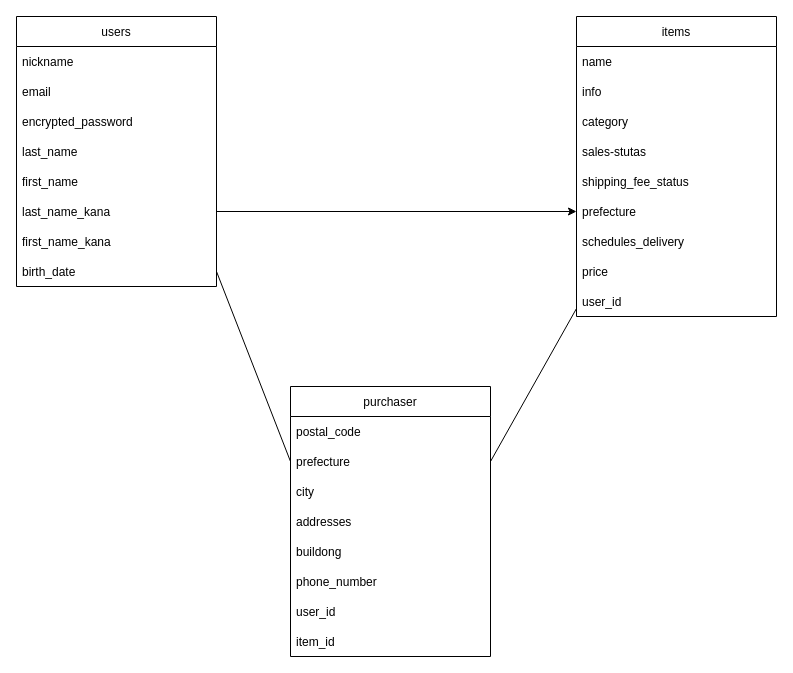
Above: furima.dio in Kazuki10peace/furima-37023 (draw.io), before the change. Source tidied: cells renumbered, new cells numbered last; positions are measured from the earlier drawing's top-left corner, leaving out a move shared by most shapes. Both pictures are drawn from the tidied source at 100%, with x=0, y=0 at pixel (16, 16).
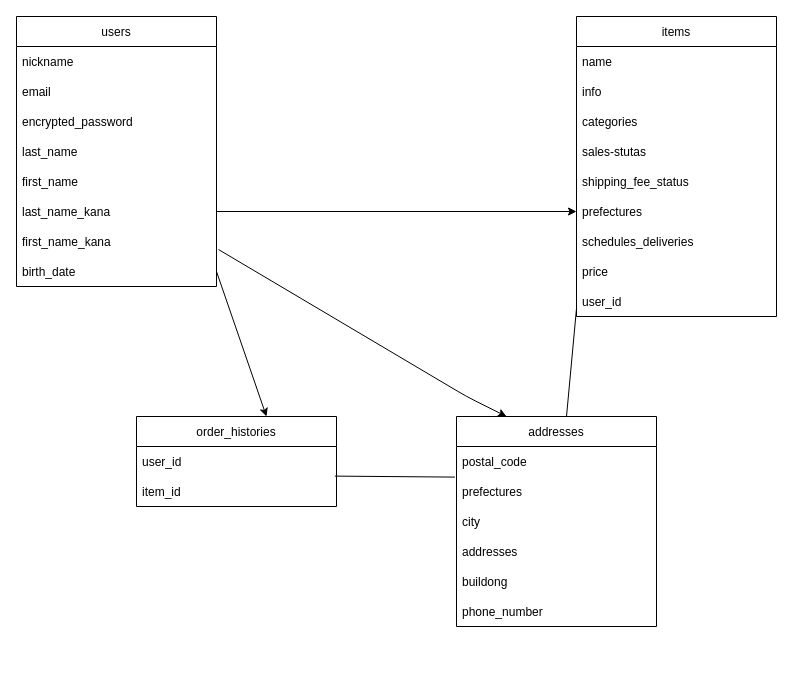
Above is the later version.

Commit message (it also covers changes not shown here):
ER図作成とREADME記述(２回目)

The change refers to these unchanged cells:
```xml
<mxCell id="9" value="first_name_kana" style="text;strokeColor=none;fillColor=none;align=left;verticalAlign=middle;spacingLeft=4;spacingRight=4;overflow=hidden;points=[[0,0.5],[1,0.5]];portConstraint=eastwest;" parent="2" vertex="1">
  <mxGeometry y="210" width="200" height="30" as="geometry" />
</mxCell>
<mxCell id="10" value="birth_date" style="text;strokeColor=none;fillColor=none;align=left;verticalAlign=middle;spacingLeft=4;spacingRight=4;overflow=hidden;points=[[0,0.5],[1,0.5]];portConstraint=eastwest;" parent="2" vertex="1">
  <mxGeometry y="240" width="200" height="30" as="geometry" />
</mxCell>
<mxCell id="11" value="items" style="swimlane;fontStyle=0;horizontal=1;startSize=30;" parent="1" vertex="1">
  <mxGeometry x="560" width="200" height="300" as="geometry" />
</mxCell>
<mxCell id="20" value="user_id" style="text;strokeColor=none;fillColor=none;align=left;verticalAlign=middle;spacingLeft=4;spacingRight=4;overflow=hidden;points=[[0,0.5],[1,0.5]];portConstraint=eastwest;" parent="11" vertex="1">
  <mxGeometry y="270" width="200" height="30" as="geometry" />
</mxCell>
<mxCell id="23" value="postal_code" style="text;strokeColor=none;fillColor=none;align=left;verticalAlign=middle;spacingLeft=4;spacingRight=4;overflow=hidden;points=[[0,0.5],[1,0.5]];portConstraint=eastwest;" parent="22" vertex="1">
  <mxGeometry y="30" width="200" height="30" as="geometry" />
</mxCell>
```

Diff of the diagram source:
```diff
@@
-    <mxCell id="14" value="category" style="text;strokeColor=none;fillColor=none;align=left;verticalAlign=middle;spacingLeft=4;spacingRight=4;overflow=hidden;" parent="11" vertex="1">
+    <mxCell id="14" value="categories" style="text;strokeColor=none;fillColor=none;align=left;verticalAlign=middle;spacingLeft=4;spacingRight=4;overflow=hidden;" parent="11" vertex="1">
       <mxGeometry y="90" width="200" height="30" as="geometry" />
     </mxCell>
@@
-    <mxCell id="17" value="prefecture" style="text;strokeColor=none;fillColor=none;align=left;verticalAlign=middle;spacingLeft=4;spacingRight=4;overflow=hidden;points=[[0,0.5],[1,0.5]];portConstraint=eastwest;" parent="11" vertex="1">
+    <mxCell id="17" value="prefectures" style="text;strokeColor=none;fillColor=none;align=left;verticalAlign=middle;spacingLeft=4;spacingRight=4;overflow=hidden;points=[[0,0.5],[1,0.5]];portConstraint=eastwest;" parent="11" vertex="1">
       <mxGeometry y="180" width="200" height="30" as="geometry" />
     </mxCell>
-    <mxCell id="18" value="schedules_delivery" style="text;strokeColor=none;fillColor=none;align=left;verticalAlign=middle;spacingLeft=4;spacingRight=4;overflow=hidden;" parent="11" vertex="1">
+    <mxCell id="18" value="schedules_deliveries" style="text;strokeColor=none;fillColor=none;align=left;verticalAlign=middle;spacingLeft=4;spacingRight=4;overflow=hidden;" parent="11" vertex="1">
       <mxGeometry y="210" width="200" height="30" as="geometry" />
     </mxCell>
@@
-    <mxCell id="22" value="purchaser" style="swimlane;fontStyle=0;horizontal=1;startSize=30;" parent="1" vertex="1">
-      <mxGeometry x="274" y="370" width="200" height="270" as="geometry" />
+    <mxCell id="22" value="addresses" style="swimlane;fontStyle=0;horizontal=1;startSize=30;" parent="1" vertex="1">
+      <mxGeometry x="440" y="400" width="200" height="210" as="geometry" />
     </mxCell>
@@
-    <mxCell id="24" value="prefecture" style="text;strokeColor=none;fillColor=none;align=left;verticalAlign=middle;spacingLeft=4;spacingRight=4;overflow=hidden;points=[[0,0.5],[1,0.5]];portConstraint=eastwest;" parent="22" vertex="1">
+    <mxCell id="24" value="prefectures" style="text;strokeColor=none;fillColor=none;align=left;verticalAlign=middle;spacingLeft=4;spacingRight=4;overflow=hidden;points=[[0,0.5],[1,0.5]];portConstraint=eastwest;" parent="22" vertex="1">
       <mxGeometry y="60" width="200" height="30" as="geometry" />
     </mxCell>
@@
+    <mxCell id="31" style="endArrow=none;html=1;entryX=0;entryY=0.733;entryDx=0;entryDy=0;entryPerimeter=0;exitX=0.55;exitY=0;exitDx=0;exitDy=0;exitPerimeter=0;" parent="1" edge="1" source="22" target="20">
+      <mxGeometry relative="1" as="geometry" />
+    </mxCell>
+    <mxCell id="33" style="edgeStyle=none;html=1;exitX=1.01;exitY=0.767;exitDx=0;exitDy=0;entryX=0.25;entryY=0;entryDx=0;entryDy=0;exitPerimeter=0;" parent="1" edge="1" source="9" target="22">
+      <mxGeometry relative="1" as="geometry">
+        <Array as="points">
+          <mxPoint x="450" y="380" />
+        </Array>
+      </mxGeometry>
+    </mxCell>
+    <mxCell id="34" value="order_histories" style="swimlane;fontStyle=0;horizontal=1;startSize=30;" parent="1" vertex="1">
+      <mxGeometry x="120" y="400" width="200" height="90" as="geometry" />
+    </mxCell>
-    <mxCell id="29" value="user_id" style="text;strokeColor=none;fillColor=none;align=left;verticalAlign=middle;spacingLeft=4;spacingRight=4;overflow=hidden;" parent="22" vertex="1">
-      <mxGeometry y="210" width="200" height="30" as="geometry" />
+    <mxCell id="29" value="user_id" style="text;strokeColor=none;fillColor=none;align=left;verticalAlign=middle;spacingLeft=4;spacingRight=4;overflow=hidden;" parent="34" vertex="1">
+      <mxGeometry y="30" width="200" height="30" as="geometry" />
     </mxCell>
-    <mxCell id="30" value="item_id" style="text;strokeColor=none;fillColor=none;align=left;verticalAlign=middle;spacingLeft=4;spacingRight=4;overflow=hidden;points=[[0,0.5],[1,0.5]];portConstraint=eastwest;" parent="22" vertex="1">
-      <mxGeometry y="240" width="200" height="30" as="geometry" />
+    <mxCell id="30" value="item_id" style="text;strokeColor=none;fillColor=none;align=left;verticalAlign=middle;spacingLeft=4;spacingRight=4;overflow=hidden;points=[[0,0.5],[1,0.5]];portConstraint=eastwest;" parent="34" vertex="1">
+      <mxGeometry y="60" width="200" height="30" as="geometry" />
     </mxCell>
-    <mxCell id="31" style="endArrow=none;html=1;entryX=0;entryY=0.733;entryDx=0;entryDy=0;entryPerimeter=0;exitX=1;exitY=0.5;exitDx=0;exitDy=0;" parent="1" edge="1" source="24" target="20">
-      <mxGeometry relative="1" as="geometry" />
-    </mxCell>
-    <mxCell id="32" style="endArrow=none;html=1;entryX=1;entryY=0.5;entryDx=0;entryDy=0;exitX=0;exitY=0.5;exitDx=0;exitDy=0;" parent="1" edge="1" source="24" target="10">
-      <mxGeometry relative="1" as="geometry" />
-    </mxCell>
+    <mxCell id="35" style="endArrow=none;html=1;entryX=-0.008;entryY=1.02;entryDx=0;entryDy=0;entryPerimeter=0;exitX=0.992;exitY=-0.013;exitDx=0;exitDy=0;exitPerimeter=0;" parent="1" edge="1" source="30" target="23">
+      <mxGeometry relative="1" as="geometry" />
+    </mxCell>
+    <mxCell id="36" style="edgeStyle=none;html=1;exitX=1;exitY=0.5;exitDx=0;exitDy=0;" parent="1" edge="1" source="10">
+      <mxGeometry relative="1" as="geometry">
+        <mxPoint x="250" y="400" as="targetPoint" />
+      </mxGeometry>
+    </mxCell>
```
